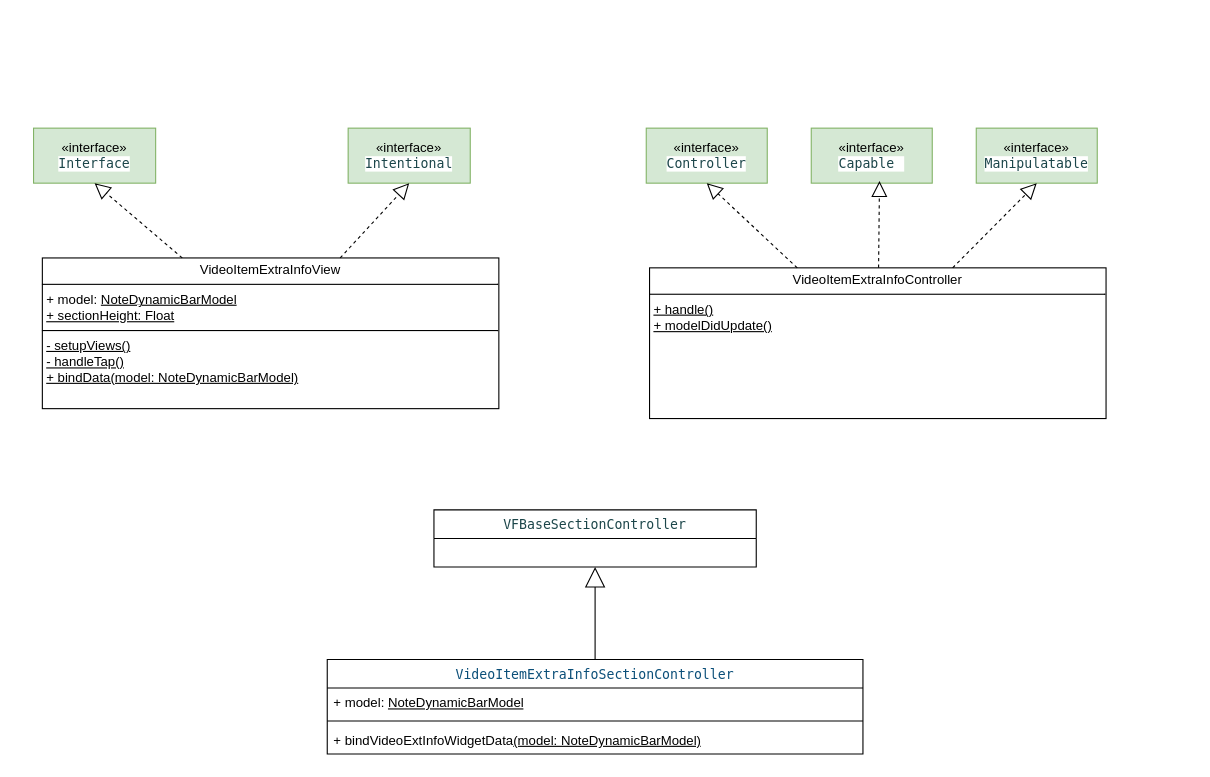
HumanSheep/UMLPic keeps this draw.io diagram as 未命名绘图.drawio. Above is the earlier version. Source tidied: cells renumbered, new cells numbered last; positions are measured from the earlier drawing's top-left corner, leaving out a move shared by most shapes. Both pictures are drawn from the tidied source at 110%, with x=0, y=0 at pixel (33, 128).
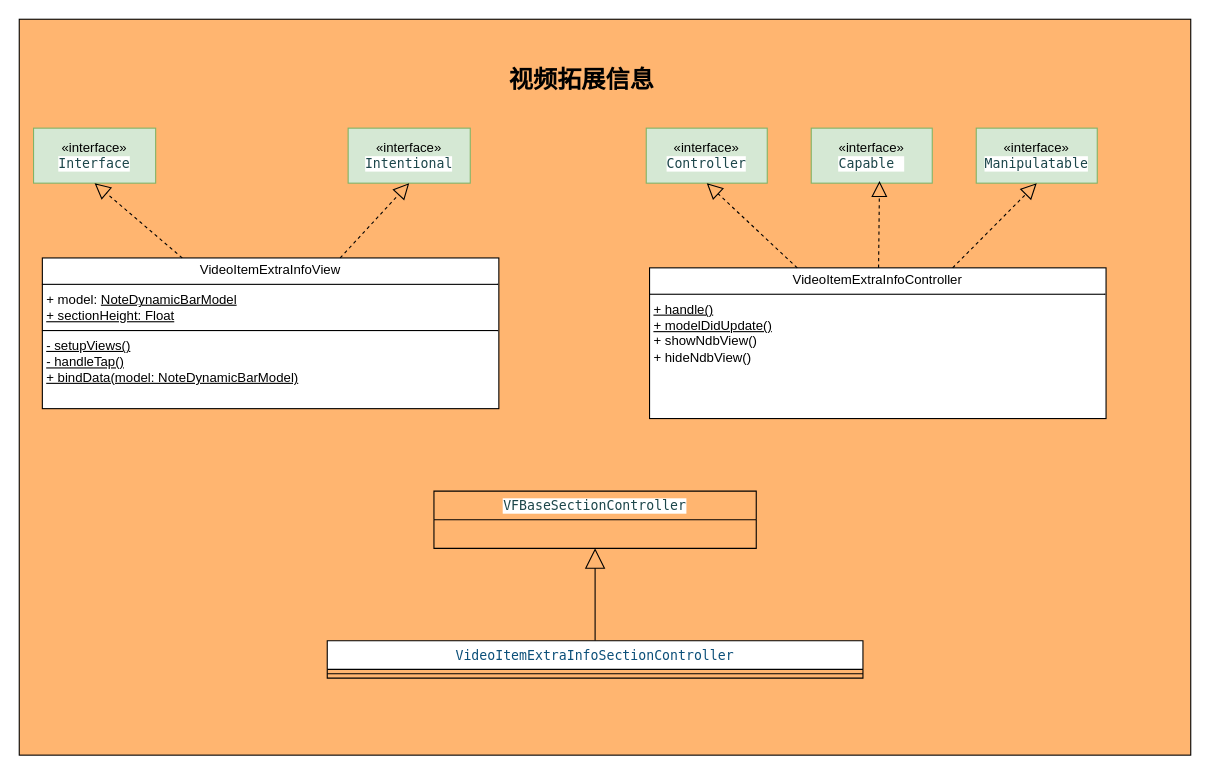
Above is the later version.

Diff of the diagram source:
```diff
@@
 <mxGraphModel background="#ffffff">
   <root>
     <mxCell id="0" />
     <mxCell id="1" parent="0" />
+    <mxCell id="20" style="rounded=0;whiteSpace=wrap;html=1;fillColor=#FFB570;" parent="1" vertex="1">
+      <mxGeometry x="-13" y="-99" width="1065" height="669" as="geometry" />
+    </mxCell>
     <mxCell id="2" value="«interface»&lt;br&gt;&lt;p style=&quot;margin: 0px; font-variant-numeric: normal; font-variant-east-asian: normal; font-stretch: normal; line-height: normal; font-family: Menlo; color: rgb(28, 70, 74); background-color: rgb(255, 255, 255); text-align: start;&quot; class=&quot;p1&quot;&gt;Interface&lt;/p&gt;" style="html=1;whiteSpace=wrap;fillColor=#d5e8d4;strokeColor=#82b366;" parent="1" vertex="1">
       <mxGeometry width="111" height="50" as="geometry" />
     </mxCell>
     <mxCell id="3" value="«interface»&lt;br&gt;&lt;p style=&quot;margin: 0px; font-variant-numeric: normal; font-variant-east-asian: normal; font-stretch: normal; line-height: normal; font-family: Menlo; color: rgb(28, 70, 74); background-color: rgb(255, 255, 255); text-align: start;&quot; class=&quot;p1&quot;&gt;Intentional&lt;/p&gt;" style="html=1;whiteSpace=wrap;fillColor=#d5e8d4;strokeColor=#82b366;" parent="1" vertex="1">
       <mxGeometry x="286" width="111" height="50" as="geometry" />
     </mxCell>
     <mxCell id="4" value="&lt;p style=&quot;margin:0px;margin-top:4px;text-align:center;&quot;&gt;&lt;span style=&quot;white-space: nowrap;&quot;&gt;VideoItemExtraInfoView&lt;/span&gt;&lt;br&gt;&lt;/p&gt;&lt;hr size=&quot;1&quot; style=&quot;border-style:solid;&quot;&gt;&lt;p style=&quot;margin:0px;margin-left:4px;&quot;&gt;+ model:&amp;nbsp;&lt;span style=&quot;text-decoration-line: underline; white-space: nowrap; background-color: initial;&quot;&gt;NoteDynamicBarModel&lt;/span&gt;&lt;/p&gt;&lt;p style=&quot;margin:0px;margin-left:4px;&quot;&gt;&lt;span style=&quot;text-decoration-line: underline; white-space: nowrap; background-color: initial;&quot;&gt;+ sectionHeight: Float&lt;/span&gt;&lt;/p&gt;&lt;hr size=&quot;1&quot; style=&quot;border-style:solid;&quot;&gt;&lt;p style=&quot;margin:0px;margin-left:4px;&quot;&gt;&lt;span style=&quot;white-space: nowrap; text-decoration-line: underline;&quot;&gt;- setupViews()&lt;/span&gt;&lt;/p&gt;&lt;p style=&quot;margin:0px;margin-left:4px;&quot;&gt;&lt;span style=&quot;white-space: nowrap; text-decoration-line: underline;&quot;&gt;- handleTap()&lt;/span&gt;&lt;/p&gt;&lt;p style=&quot;margin:0px;margin-left:4px;&quot;&gt;&lt;span style=&quot;white-space: nowrap; text-decoration-line: underline;&quot;&gt;+ bindData(model: NoteDynamicBarModel)&lt;/span&gt;&lt;br&gt;&lt;/p&gt;" style="verticalAlign=top;align=left;overflow=fill;html=1;whiteSpace=wrap;" parent="1" vertex="1">
       <mxGeometry x="8" y="118" width="415" height="137" as="geometry" />
     </mxCell>
     <mxCell id="5" style="endArrow=block;dashed=1;endFill=0;endSize=12;html=1;rounded=0;entryX=0.5;entryY=1;entryDx=0;entryDy=0;" parent="1" edge="1" source="4" target="3">
       <mxGeometry relative="1" as="geometry" />
     </mxCell>
     <mxCell id="6" style="endArrow=block;dashed=1;endFill=0;endSize=12;html=1;rounded=0;entryX=0.5;entryY=1;entryDx=0;entryDy=0;" parent="1" edge="1" source="4" target="2">
       <mxGeometry relative="1" as="geometry" />
     </mxCell>
     <mxCell id="7" value="«interface»&lt;br&gt;&lt;p style=&quot;margin: 0px; font-variant-numeric: normal; font-variant-east-asian: normal; font-stretch: normal; line-height: normal; font-family: Menlo; color: rgb(28, 70, 74); background-color: rgb(255, 255, 255); text-align: start;&quot; class=&quot;p1&quot;&gt;Controller&lt;/p&gt;" style="html=1;whiteSpace=wrap;fillColor=#d5e8d4;strokeColor=#82b366;" parent="1" vertex="1">
       <mxGeometry x="557" width="110" height="50" as="geometry" />
     </mxCell>
     <mxCell id="8" value="«interface»&lt;br&gt;&lt;p style=&quot;margin: 0px; font-variant-numeric: normal; font-variant-east-asian: normal; font-stretch: normal; line-height: normal; font-family: Menlo; color: rgb(28, 70, 74); background-color: rgb(255, 255, 255); text-align: start;&quot; class=&quot;p1&quot;&gt;Capable&lt;/p&gt;" style="html=1;whiteSpace=wrap;fillColor=#d5e8d4;strokeColor=#82b366;" parent="1" vertex="1">
       <mxGeometry x="707" width="110" height="50" as="geometry" />
     </mxCell>
     <mxCell id="9" value="«interface»&lt;br&gt;&lt;p style=&quot;margin: 0px; font-variant-numeric: normal; font-variant-east-asian: normal; font-stretch: normal; line-height: normal; font-family: Menlo; color: rgb(28, 70, 74); background-color: rgb(255, 255, 255); text-align: start;&quot; class=&quot;p1&quot;&gt;Manipulatable&lt;/p&gt;" style="html=1;whiteSpace=wrap;fillColor=#d5e8d4;strokeColor=#82b366;" parent="1" vertex="1">
       <mxGeometry x="857" width="110" height="50" as="geometry" />
     </mxCell>
-    <mxCell id="10" value="&lt;p style=&quot;margin:0px;margin-top:4px;text-align:center;&quot;&gt;&lt;span style=&quot;white-space: nowrap;&quot;&gt;VideoItemExtraInfoController&lt;/span&gt;&lt;br&gt;&lt;/p&gt;&lt;hr size=&quot;1&quot; style=&quot;border-style:solid;&quot;&gt;&lt;p style=&quot;margin:0px;margin-left:4px;&quot;&gt;&lt;/p&gt;&lt;p style=&quot;margin:0px;margin-left:4px;&quot;&gt;&lt;span style=&quot;white-space: nowrap; text-decoration-line: underline;&quot;&gt;+ handle()&lt;/span&gt;&lt;/p&gt;&lt;p style=&quot;margin:0px;margin-left:4px;&quot;&gt;&lt;span style=&quot;white-space: nowrap; text-decoration-line: underline;&quot;&gt;+ modelDidUpdate()&lt;/span&gt;&lt;br&gt;&lt;/p&gt;" style="verticalAlign=top;align=left;overflow=fill;html=1;whiteSpace=wrap;" parent="1" vertex="1">
+    <mxCell id="10" value="&lt;p style=&quot;margin:0px;margin-top:4px;text-align:center;&quot;&gt;&lt;span style=&quot;white-space: nowrap;&quot;&gt;VideoItemExtraInfoController&lt;/span&gt;&lt;br&gt;&lt;/p&gt;&lt;hr size=&quot;1&quot; style=&quot;border-style:solid;&quot;&gt;&lt;p style=&quot;margin:0px;margin-left:4px;&quot;&gt;&lt;/p&gt;&lt;p style=&quot;margin:0px;margin-left:4px;&quot;&gt;&lt;span style=&quot;white-space: nowrap; text-decoration-line: underline;&quot;&gt;+ handle()&lt;/span&gt;&lt;/p&gt;&lt;p style=&quot;margin:0px;margin-left:4px;&quot;&gt;&lt;span style=&quot;white-space: nowrap; text-decoration-line: underline;&quot;&gt;+ modelDidUpdate()&lt;/span&gt;&lt;br&gt;&lt;/p&gt;&lt;p style=&quot;margin:0px;margin-left:4px;&quot;&gt;+&amp;nbsp;showNdbView()&lt;/p&gt;&lt;p style=&quot;margin:0px;margin-left:4px;&quot;&gt;+&amp;nbsp;hideNdbView()&lt;/p&gt;" style="verticalAlign=top;align=left;overflow=fill;html=1;whiteSpace=wrap;" parent="1" vertex="1">
       <mxGeometry x="560" y="127" width="415" height="137" as="geometry" />
     </mxCell>
     <mxCell id="11" style="endArrow=block;dashed=1;endFill=0;endSize=12;html=1;rounded=0;entryX=0.5;entryY=1;entryDx=0;entryDy=0;" parent="1" edge="1" source="10" target="7">
       <mxGeometry relative="1" as="geometry" />
     </mxCell>
     <mxCell id="12" style="endArrow=block;dashed=1;endFill=0;endSize=12;html=1;rounded=0;entryX=0.564;entryY=0.96;entryDx=0;entryDy=0;entryPerimeter=0;" parent="1" edge="1" source="10" target="8">
       <mxGeometry relative="1" as="geometry" />
     </mxCell>
     <mxCell id="13" style="endArrow=block;dashed=1;endFill=0;endSize=12;html=1;rounded=0;entryX=0.5;entryY=1;entryDx=0;entryDy=0;" parent="1" edge="1" source="10" target="9">
       <mxGeometry relative="1" as="geometry" />
     </mxCell>
     <mxCell id="14" value="&lt;p style=&quot;margin: 0px; font-variant-numeric: normal; font-variant-east-asian: normal; font-stretch: normal; line-height: normal; font-family: Menlo; color: rgb(28, 70, 74); background-color: rgb(255, 255, 255); text-align: start;&quot; class=&quot;p1&quot;&gt;VFBaseSectionController&lt;/p&gt;" style="swimlane;fontStyle=0;horizontal=1;startSize=26;fillColor=none;whiteSpace=wrap;html=1;" parent="1" vertex="1">
-      <mxGeometry x="364" y="347" width="293" height="52" as="geometry" />
+      <mxGeometry x="364" y="330" width="293" height="52" as="geometry" />
     </mxCell>
     <mxCell id="15" style="endArrow=block;endSize=16;endFill=0;html=1;rounded=0;exitX=0.5;exitY=0;exitDx=0;exitDy=0;entryX=0.5;entryY=1;entryDx=0;entryDy=0;" parent="1" edge="1" source="16" target="14">
       <mxGeometry x="-0.01" relative="1" as="geometry" />
     </mxCell>
     <mxCell id="16" value="&lt;p style=&quot;margin: 0px; font-variant-numeric: normal; font-variant-east-asian: normal; font-weight: 400; font-stretch: normal; line-height: normal; font-family: Menlo; color: rgb(11, 79, 121); background-color: rgb(255, 255, 255); text-align: start;&quot; class=&quot;p1&quot;&gt;VideoItemExtraInfoSectionController&lt;/p&gt;" style="swimlane;fontStyle=1;align=center;verticalAlign=top;horizontal=1;startSize=26;whiteSpace=wrap;html=1;" parent="1" vertex="1">
-      <mxGeometry x="267" y="483" width="487" height="86" as="geometry" />
+      <mxGeometry x="267" y="466" width="487" height="34" as="geometry" />
     </mxCell>
-    <mxCell id="17" value="+ model:&amp;nbsp;&lt;span style=&quot;background-color: initial; text-decoration-line: underline; white-space: nowrap;&quot;&gt;NoteDynamicBarModel&lt;/span&gt;" style="text;strokeColor=none;fillColor=none;align=left;verticalAlign=top;spacingLeft=4;spacingRight=4;overflow=hidden;whiteSpace=wrap;html=1;" parent="16" vertex="1">
-      <mxGeometry y="26" width="487" height="26" as="geometry" />
-    </mxCell>
     <mxCell id="18" style="line;strokeWidth=1;fillColor=none;align=left;verticalAlign=middle;spacingTop=-1;spacingLeft=3;spacingRight=3;labelPosition=right;strokeColor=inherit;" parent="16" vertex="1">
-      <mxGeometry y="52" width="487" height="8" as="geometry" />
+      <mxGeometry y="26" width="487" height="8" as="geometry" />
     </mxCell>
-    <mxCell id="19" value="+&amp;nbsp;bindVideoExtInfoWidgetData&lt;span style=&quot;white-space: nowrap; text-decoration-line: underline;&quot;&gt;(model: NoteDynamicBarModel)&lt;/span&gt;" style="text;strokeColor=none;fillColor=none;align=left;verticalAlign=top;spacingLeft=4;spacingRight=4;overflow=hidden;whiteSpace=wrap;html=1;" parent="16" vertex="1">
-      <mxGeometry y="60" width="487" height="26" as="geometry" />
-    </mxCell>
+    <mxCell id="21" value="视频拓展信息" style="text;html=1;align=center;verticalAlign=middle;strokeColor=none;fillColor=none;fontStyle=1;fontSize=22;" parent="1" vertex="1">
+      <mxGeometry x="423" y="-62" width="150" height="38" as="geometry" />
+    </mxCell>
   </root>
 </mxGraphModel>
```
